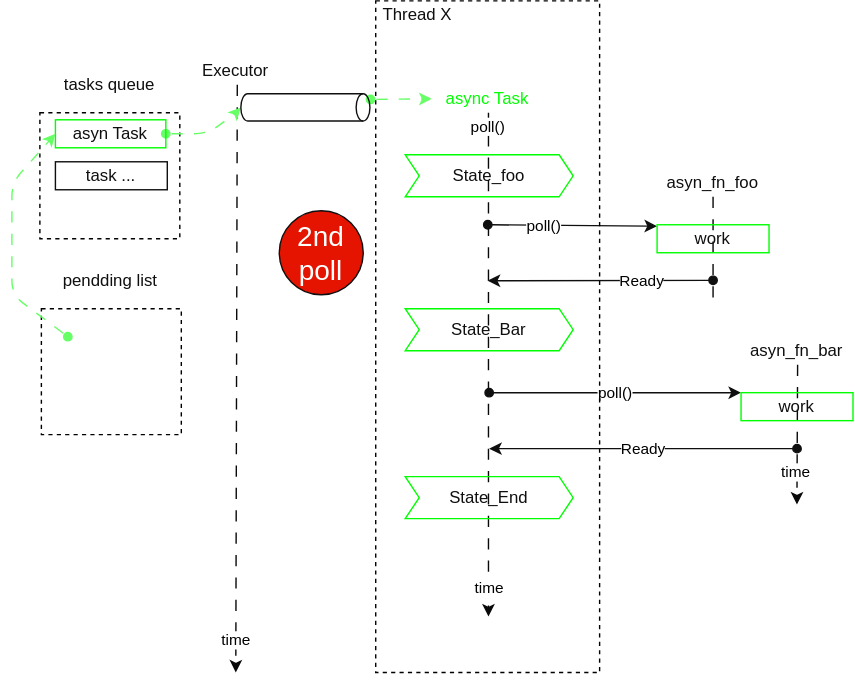
Above: docs/rust/async/images/2nd_poll.drawio.svg in htgithub194/self-study (draw.io), before the change. Source tidied: cells renumbered, new cells last; positions are measured from the earlier drawing's top-left corner, leaving out a move shared by most shapes. Source of this version:
```xml
<mxGraphModel>
  <root>
    <mxCell id="0" />
    <mxCell id="1" parent="0" />
    <mxCell id="2" value="time" style="edgeStyle=none;html=1;exitX=0.5;exitY=1;exitDx=0;exitDy=0;strokeColor=light-dark(#090909,#909090);startArrow=none;startFill=0;dashed=1;dashPattern=8 8;" parent="1" edge="1">
      <mxGeometry x="0.89" relative="1" as="geometry">
        <mxPoint x="202.1" y="60" as="sourcePoint" />
        <mxPoint x="201" y="480" as="targetPoint" />
      </mxGeometry>
    </mxCell>
    <mxCell id="3" value="time" style="edgeStyle=none;html=1;exitX=0.5;exitY=1;exitDx=0;exitDy=0;strokeColor=light-dark(#090909,#909090);startArrow=none;startFill=0;dashed=1;dashPattern=8 8;" parent="1" edge="1">
      <mxGeometry x="0.89" relative="1" as="geometry">
        <mxPoint x="381.6" y="80" as="sourcePoint" />
        <mxPoint x="381.6" y="440" as="targetPoint" />
      </mxGeometry>
    </mxCell>
    <mxCell id="4" style="edgeStyle=none;html=1;strokeColor=light-dark(#090909,#909090);startArrow=none;startFill=0;dashed=1;dashPattern=8 8;endArrow=none;endFill=0;" parent="1" edge="1">
      <mxGeometry x="0.69" relative="1" as="geometry">
        <mxPoint x="542.1" y="140" as="sourcePoint" />
        <mxPoint x="542.1" y="220" as="targetPoint" />
      </mxGeometry>
    </mxCell>
    <mxCell id="5" value="State_foo" style="shape=step;perimeter=stepPerimeter;whiteSpace=wrap;html=1;fixedSize=1;fillColor=none;strokeColor=light-dark(#00FF00,#00FF00);fontColor=light-dark(#0F0F0F,#F0F0F0);size=10;" parent="1" vertex="1">
      <mxGeometry x="322.1" y="110" width="120" height="30" as="geometry" />
    </mxCell>
    <mxCell id="6" value="poll()" style="edgeStyle=none;html=1;exitX=0;exitY=0.5;exitDx=0;exitDy=0;strokeColor=light-dark(#0F0F0F,#F0F0F0);startArrow=oval;startFill=1;" parent="1" edge="1">
      <mxGeometry x="-0.34" y="-1" relative="1" as="geometry">
        <mxPoint x="381.1" y="160" as="sourcePoint" />
        <mxPoint x="502.1" y="161" as="targetPoint" />
      </mxGeometry>
    </mxCell>
    <mxCell id="7" value="work" style="rounded=0;whiteSpace=wrap;html=1;strokeColor=light-dark(#00FF00,#00FF00);fillColor=none;align=center;fontColor=light-dark(#0F0F0F,#F0F0F0);" parent="1" vertex="1">
      <mxGeometry x="502.1" y="160" width="80" height="20" as="geometry" />
    </mxCell>
    <mxCell id="8" value="Ready" style="edgeStyle=none;html=1;strokeColor=light-dark(#0F0F0F,#F0F0F0);startArrow=oval;startFill=1;" parent="1" edge="1">
      <mxGeometry relative="1" as="geometry">
        <mxPoint x="602.1" y="320" as="sourcePoint" />
        <mxPoint x="382.1" y="320" as="targetPoint" />
      </mxGeometry>
    </mxCell>
    <mxCell id="9" style="edgeStyle=none;html=1;entryX=-0.005;entryY=0.55;entryDx=0;entryDy=0;exitX=0;exitY=0.5;exitDx=0;exitDy=0;startArrow=oval;startFill=1;dashed=1;entryPerimeter=0;flowAnimation=1;strokeColor=light-dark(#66FF66,#66FF66);dashPattern=8 8;" parent="1" edge="1">
      <mxGeometry relative="1" as="geometry">
        <mxPoint x="51.6" y="185" as="sourcePoint" />
        <Array as="points">
          <mxPoint x="0.5" y="220" />
          <mxPoint x="0.5" y="340" />
        </Array>
      </mxGeometry>
    </mxCell>
    <mxCell id="10" value="State_Bar" style="shape=step;perimeter=stepPerimeter;whiteSpace=wrap;html=1;fixedSize=1;fillColor=none;strokeColor=light-dark(#00FF00,#00FF00);fontColor=light-dark(#0F0F0F,#F0F0F0);size=10;" parent="1" vertex="1">
      <mxGeometry x="322.1" y="220" width="120" height="30" as="geometry" />
    </mxCell>
    <mxCell id="11" value="poll()" style="edgeStyle=none;html=1;exitX=0;exitY=0.5;exitDx=0;exitDy=0;strokeColor=light-dark(#0F0F0F,#F0F0F0);startArrow=oval;startFill=1;entryX=0;entryY=0;entryDx=0;entryDy=0;" parent="1" edge="1" target="14">
      <mxGeometry relative="1" as="geometry">
        <mxPoint x="382.1" y="280" as="sourcePoint" />
      </mxGeometry>
    </mxCell>
    <mxCell id="12" value="asyn_fn_bar" style="text;html=1;align=center;verticalAlign=middle;whiteSpace=wrap;rounded=0;fontColor=light-dark(#0F0F0F,#F0F0F0);" parent="1" vertex="1">
      <mxGeometry x="562.1" y="240" width="80" height="20" as="geometry" />
    </mxCell>
    <mxCell id="13" value="time" style="edgeStyle=none;html=1;strokeColor=light-dark(#090909,#909090);startArrow=none;startFill=0;dashed=1;dashPattern=8 8;" parent="1" edge="1">
      <mxGeometry x="0.56" y="-1" relative="1" as="geometry">
        <mxPoint x="602.5" y="260" as="sourcePoint" />
        <mxPoint x="602" y="360" as="targetPoint" />
      </mxGeometry>
    </mxCell>
    <mxCell id="14" value="work" style="rounded=0;whiteSpace=wrap;html=1;strokeColor=light-dark(#00FF00,#00FF00);fillColor=none;align=center;fontColor=light-dark(#0F0F0F,#F0F0F0);" parent="1" vertex="1">
      <mxGeometry x="562.1" y="280" width="80" height="20" as="geometry" />
    </mxCell>
    <mxCell id="15" value="asyn_fn_foo" style="text;html=1;align=center;verticalAlign=middle;whiteSpace=wrap;rounded=0;fontColor=light-dark(#0F0F0F,#F0F0F0);" parent="1" vertex="1">
      <mxGeometry x="482.1" y="120" width="120" height="20" as="geometry" />
    </mxCell>
    <mxCell id="16" value="async Task" style="text;html=1;align=center;verticalAlign=middle;whiteSpace=wrap;rounded=0;fontColor=light-dark(#00FF00,#00FF00);" parent="1" vertex="1">
      <mxGeometry x="341" y="60" width="80" height="20" as="geometry" />
    </mxCell>
    <mxCell id="17" value="2nd&lt;br&gt;poll" style="ellipse;whiteSpace=wrap;html=1;rounded=0;align=center;verticalAlign=middle;fontFamily=Helvetica;fontSize=20;fontColor=#ffffff;fillColor=#e51400;strokeColor=light-dark(#0F0F0F,#F0F0F0);" parent="1" vertex="1">
      <mxGeometry x="232.1" y="150" width="60" height="60" as="geometry" />
    </mxCell>
    <mxCell id="18" value="State_End" style="shape=step;perimeter=stepPerimeter;whiteSpace=wrap;html=1;fixedSize=1;fillColor=none;strokeColor=light-dark(#00FF00,#00FF00);fontColor=light-dark(#0F0F0F,#F0F0F0);size=10;" parent="1" vertex="1">
      <mxGeometry x="322.1" y="340" width="120" height="30" as="geometry" />
    </mxCell>
    <mxCell id="19" style="rounded=0;whiteSpace=wrap;html=1;strokeColor=default;fillColor=none;align=center;verticalAlign=middle;fontColor=light-dark(#0F0F0F,#F0F0F0);dashed=1;" parent="1" vertex="1">
      <mxGeometry x="61" y="80" width="100" height="90" as="geometry" />
    </mxCell>
    <mxCell id="20" value="tasks queue" style="text;html=1;align=center;verticalAlign=middle;whiteSpace=wrap;rounded=0;fontColor=light-dark(#0F0F0F,#F0F0F0);" parent="1" vertex="1">
      <mxGeometry x="71" y="50" width="80" height="20" as="geometry" />
    </mxCell>
    <mxCell id="21" value="pendding list" style="text;html=1;align=center;verticalAlign=middle;whiteSpace=wrap;rounded=0;fontColor=light-dark(#0F0F0F,#F0F0F0);" parent="1" vertex="1">
      <mxGeometry x="61" y="190" width="101" height="20" as="geometry" />
    </mxCell>
    <mxCell id="22" style="edgeStyle=none;html=1;entryX=0.5;entryY=1;entryDx=0;entryDy=0;entryPerimeter=0;exitX=1;exitY=0.5;exitDx=0;exitDy=0;startArrow=oval;startFill=1;strokeColor=light-dark(#66FF66,#66FF66);flowAnimation=1;" parent="1" edge="1" source="23" target="29">
      <mxGeometry relative="1" as="geometry">
        <Array as="points">
          <mxPoint x="181" y="95" />
          <mxPoint x="201" y="80" />
        </Array>
      </mxGeometry>
    </mxCell>
    <mxCell id="23" value="asyn Task" style="rounded=0;whiteSpace=wrap;html=1;strokeColor=light-dark(#00FF00,#00FF00);fillColor=none;align=center;fontColor=light-dark(#0F0F0F,#F0F0F0);verticalAlign=middle;" parent="1" vertex="1">
      <mxGeometry x="72.1" y="85" width="78.9" height="20" as="geometry" />
    </mxCell>
    <mxCell id="24" style="rounded=0;whiteSpace=wrap;html=1;strokeColor=default;fillColor=none;align=center;verticalAlign=middle;fontColor=light-dark(#0F0F0F,#F0F0F0);dashed=1;" parent="1" vertex="1">
      <mxGeometry x="62.1" y="220" width="100" height="90" as="geometry" />
    </mxCell>
    <mxCell id="25" value="task ..." style="rounded=0;whiteSpace=wrap;html=1;strokeColor=light-dark(#0F0F0F,#F0F0F0);fillColor=none;align=center;verticalAlign=middle;fontColor=light-dark(#0F0F0F,#F0F0F0);" parent="1" vertex="1">
      <mxGeometry x="72.1" y="115" width="80" height="20" as="geometry" />
    </mxCell>
    <mxCell id="26" value="Executor" style="text;html=1;align=center;verticalAlign=middle;whiteSpace=wrap;rounded=0;fontColor=light-dark(#0F0F0F,#F0F0F0);" parent="1" vertex="1">
      <mxGeometry x="161" y="40" width="80" height="20" as="geometry" />
    </mxCell>
    <mxCell id="27" style="edgeStyle=none;html=1;startArrow=oval;startFill=1;dashed=1;flowAnimation=1;strokeColor=light-dark(#66FF66,#66FF66);dashPattern=8 8;entryX=0;entryY=0.5;entryDx=0;entryDy=0;exitX=0.189;exitY=0.222;exitDx=0;exitDy=0;exitPerimeter=0;" parent="1" edge="1" source="24" target="23">
      <mxGeometry relative="1" as="geometry">
        <Array as="points">
          <mxPoint x="41" y="210" />
          <mxPoint x="41" y="130" />
        </Array>
      </mxGeometry>
    </mxCell>
    <mxCell id="28" value="poll()" style="edgeStyle=none;html=1;startArrow=oval;startFill=1;strokeColor=light-dark(#66FF66,#66FF66);flowAnimation=1;entryX=0;entryY=0.5;entryDx=0;entryDy=0;exitX=0.209;exitY=-0.005;exitDx=0;exitDy=0;exitPerimeter=0;" parent="1" edge="1" source="29" target="16">
      <mxGeometry x="1" y="-45" relative="1" as="geometry">
        <mxPoint x="39" y="-25" as="offset" />
      </mxGeometry>
    </mxCell>
    <mxCell id="29" style="shape=cylinder3;whiteSpace=wrap;html=1;boundedLbl=1;backgroundOutline=1;size=4.924427490234393;rotation=90;fillColor=none;strokeColor=light-dark(#0F0F0F,#F0F0F0);" parent="1" vertex="1">
      <mxGeometry x="241" y="30" width="19.5" height="92.2" as="geometry" />
    </mxCell>
    <mxCell id="30" value="Ready" style="edgeStyle=none;html=1;strokeColor=light-dark(#0F0F0F,#F0F0F0);startArrow=oval;startFill=1;" parent="1" edge="1">
      <mxGeometry x="-0.37" relative="1" as="geometry">
        <mxPoint x="542.1" y="199.7" as="sourcePoint" />
        <mxPoint x="381" y="200" as="targetPoint" />
      </mxGeometry>
    </mxCell>
    <mxCell id="31" style="group;" parent="1" vertex="1">
      <mxGeometry x="301" width="160" height="480" as="geometry" />
    </mxCell>
    <mxCell id="32" style="rounded=0;whiteSpace=wrap;html=1;strokeColor=default;fillColor=none;align=center;verticalAlign=middle;fontColor=light-dark(#0F0F0F,#F0F0F0);dashed=1;gradientColor=none;" parent="31" vertex="1">
      <mxGeometry width="160" height="480" as="geometry" />
    </mxCell>
    <mxCell id="33" value="Thread X" style="text;html=1;align=center;verticalAlign=middle;whiteSpace=wrap;rounded=0;fontColor=light-dark(#0F0F0F,#F0F0F0);" parent="31" vertex="1">
      <mxGeometry width="60" height="20" as="geometry" />
    </mxCell>
  </root>
</mxGraphModel>
```
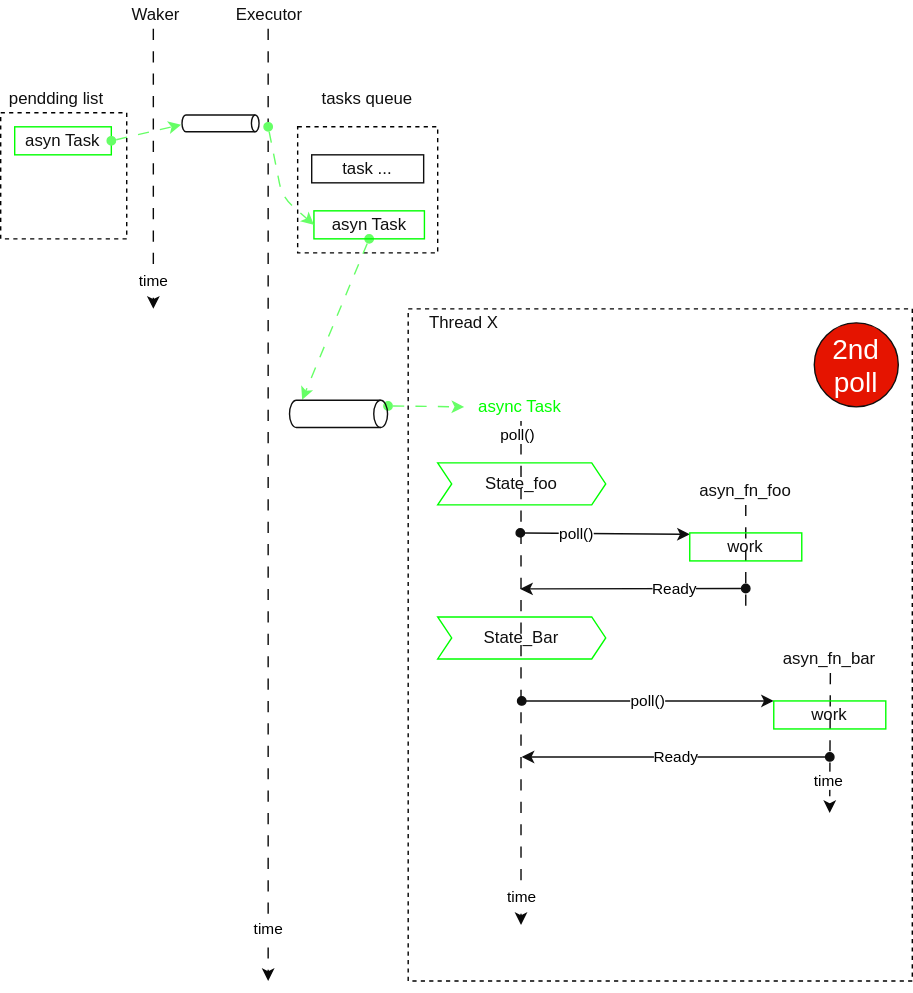
The same file after the commit.

What changed in the source:
```diff
@@ -2,9 +2,21 @@
   <root>
     <mxCell id="0" />
     <mxCell id="1" parent="0" />
+    <mxCell id="31" style="group;" parent="1" vertex="1">
+      <mxGeometry x="301" width="360" height="480" as="geometry" />
+    </mxCell>
+    <mxCell id="32" style="rounded=0;whiteSpace=wrap;html=1;strokeColor=default;fillColor=none;align=center;verticalAlign=middle;fontColor=light-dark(#0F0F0F,#F0F0F0);dashed=1;gradientColor=none;" parent="31" vertex="1">
+      <mxGeometry width="360" height="480" as="geometry" />
+    </mxCell>
+    <mxCell id="33" value="Thread X" style="text;html=1;align=center;verticalAlign=middle;whiteSpace=wrap;rounded=0;fontColor=light-dark(#0F0F0F,#F0F0F0);" parent="31" vertex="1">
+      <mxGeometry width="80" height="20" as="geometry" />
+    </mxCell>
+    <mxCell id="17" value="2nd&lt;br&gt;poll" style="ellipse;whiteSpace=wrap;html=1;rounded=0;align=center;verticalAlign=middle;fontFamily=Helvetica;fontSize=20;fontColor=#ffffff;fillColor=#e51400;strokeColor=light-dark(#0F0F0F,#F0F0F0);" parent="31" vertex="1">
+      <mxGeometry x="290" y="10" width="60" height="60" as="geometry" />
+    </mxCell>
-    <mxCell id="2" value="time" style="edgeStyle=none;html=1;exitX=0.5;exitY=1;exitDx=0;exitDy=0;strokeColor=light-dark(#090909,#909090);startArrow=none;startFill=0;dashed=1;dashPattern=8 8;" parent="1" edge="1">
+    <mxCell id="2" value="time" style="edgeStyle=none;html=1;strokeColor=light-dark(#090909,#909090);startArrow=none;startFill=0;dashed=1;dashPattern=8 8;" parent="1" edge="1">
       <mxGeometry x="0.89" relative="1" as="geometry">
-        <mxPoint x="202.1" y="60" as="sourcePoint" />
+        <mxPoint x="201" y="-200" as="sourcePoint" />
         <mxPoint x="201" y="480" as="targetPoint" />
       </mxGeometry>
     </mxCell>
@@ -73,56 +85,31 @@
     <mxCell id="16" value="async Task" style="text;html=1;align=center;verticalAlign=middle;whiteSpace=wrap;rounded=0;fontColor=light-dark(#00FF00,#00FF00);" parent="1" vertex="1">
       <mxGeometry x="341" y="60" width="80" height="20" as="geometry" />
     </mxCell>
-    <mxCell id="17" value="2nd&lt;br&gt;poll" style="ellipse;whiteSpace=wrap;html=1;rounded=0;align=center;verticalAlign=middle;fontFamily=Helvetica;fontSize=20;fontColor=#ffffff;fillColor=#e51400;strokeColor=light-dark(#0F0F0F,#F0F0F0);" parent="1" vertex="1">
-      <mxGeometry x="232.1" y="150" width="60" height="60" as="geometry" />
-    </mxCell>
-    <mxCell id="18" value="State_End" style="shape=step;perimeter=stepPerimeter;whiteSpace=wrap;html=1;fixedSize=1;fillColor=none;strokeColor=light-dark(#00FF00,#00FF00);fontColor=light-dark(#0F0F0F,#F0F0F0);size=10;" parent="1" vertex="1">
-      <mxGeometry x="322.1" y="340" width="120" height="30" as="geometry" />
-    </mxCell>
     <mxCell id="19" style="rounded=0;whiteSpace=wrap;html=1;strokeColor=default;fillColor=none;align=center;verticalAlign=middle;fontColor=light-dark(#0F0F0F,#F0F0F0);dashed=1;" parent="1" vertex="1">
-      <mxGeometry x="61" y="80" width="100" height="90" as="geometry" />
+      <mxGeometry x="222.1" y="-130" width="100" height="90" as="geometry" />
     </mxCell>
     <mxCell id="20" value="tasks queue" style="text;html=1;align=center;verticalAlign=middle;whiteSpace=wrap;rounded=0;fontColor=light-dark(#0F0F0F,#F0F0F0);" parent="1" vertex="1">
-      <mxGeometry x="71" y="50" width="80" height="20" as="geometry" />
+      <mxGeometry x="232.1" y="-160" width="80" height="20" as="geometry" />
     </mxCell>
-    <mxCell id="21" value="pendding list" style="text;html=1;align=center;verticalAlign=middle;whiteSpace=wrap;rounded=0;fontColor=light-dark(#0F0F0F,#F0F0F0);" parent="1" vertex="1">
-      <mxGeometry x="61" y="190" width="101" height="20" as="geometry" />
-    </mxCell>
-    <mxCell id="22" style="edgeStyle=none;html=1;entryX=0.5;entryY=1;entryDx=0;entryDy=0;entryPerimeter=0;exitX=1;exitY=0.5;exitDx=0;exitDy=0;startArrow=oval;startFill=1;strokeColor=light-dark(#66FF66,#66FF66);flowAnimation=1;" parent="1" edge="1" source="23" target="29">
-      <mxGeometry relative="1" as="geometry">
-        <Array as="points">
-          <mxPoint x="181" y="95" />
-          <mxPoint x="201" y="80" />
-        </Array>
-      </mxGeometry>
+    <mxCell id="22" style="edgeStyle=none;html=1;entryX=-0.018;entryY=0.871;entryDx=0;entryDy=0;entryPerimeter=0;exitX=0.5;exitY=1;exitDx=0;exitDy=0;startArrow=oval;startFill=1;strokeColor=light-dark(#66FF66,#66FF66);flowAnimation=1;" parent="1" edge="1" source="23" target="29">
+      <mxGeometry relative="1" as="geometry" />
     </mxCell>
     <mxCell id="23" value="asyn Task" style="rounded=0;whiteSpace=wrap;html=1;strokeColor=light-dark(#00FF00,#00FF00);fillColor=none;align=center;fontColor=light-dark(#0F0F0F,#F0F0F0);verticalAlign=middle;" parent="1" vertex="1">
-      <mxGeometry x="72.1" y="85" width="78.9" height="20" as="geometry" />
+      <mxGeometry x="233.7" y="-70" width="78.9" height="20" as="geometry" />
     </mxCell>
-    <mxCell id="24" style="rounded=0;whiteSpace=wrap;html=1;strokeColor=default;fillColor=none;align=center;verticalAlign=middle;fontColor=light-dark(#0F0F0F,#F0F0F0);dashed=1;" parent="1" vertex="1">
-      <mxGeometry x="62.1" y="220" width="100" height="90" as="geometry" />
-    </mxCell>
     <mxCell id="25" value="task ..." style="rounded=0;whiteSpace=wrap;html=1;strokeColor=light-dark(#0F0F0F,#F0F0F0);fillColor=none;align=center;verticalAlign=middle;fontColor=light-dark(#0F0F0F,#F0F0F0);" parent="1" vertex="1">
-      <mxGeometry x="72.1" y="115" width="80" height="20" as="geometry" />
+      <mxGeometry x="232.1" y="-110" width="80" height="20" as="geometry" />
     </mxCell>
     <mxCell id="26" value="Executor" style="text;html=1;align=center;verticalAlign=middle;whiteSpace=wrap;rounded=0;fontColor=light-dark(#0F0F0F,#F0F0F0);" parent="1" vertex="1">
-      <mxGeometry x="161" y="40" width="80" height="20" as="geometry" />
+      <mxGeometry x="161.5" y="-220" width="80" height="20" as="geometry" />
     </mxCell>
-    <mxCell id="27" style="edgeStyle=none;html=1;startArrow=oval;startFill=1;dashed=1;flowAnimation=1;strokeColor=light-dark(#66FF66,#66FF66);dashPattern=8 8;entryX=0;entryY=0.5;entryDx=0;entryDy=0;exitX=0.189;exitY=0.222;exitDx=0;exitDy=0;exitPerimeter=0;" parent="1" edge="1" source="24" target="23">
-      <mxGeometry relative="1" as="geometry">
-        <Array as="points">
-          <mxPoint x="41" y="210" />
-          <mxPoint x="41" y="130" />
-        </Array>
-      </mxGeometry>
-    </mxCell>
     <mxCell id="28" value="poll()" style="edgeStyle=none;html=1;startArrow=oval;startFill=1;strokeColor=light-dark(#66FF66,#66FF66);flowAnimation=1;entryX=0;entryY=0.5;entryDx=0;entryDy=0;exitX=0.209;exitY=-0.005;exitDx=0;exitDy=0;exitPerimeter=0;" parent="1" edge="1" source="29" target="16">
       <mxGeometry x="1" y="-45" relative="1" as="geometry">
         <mxPoint x="39" y="-25" as="offset" />
       </mxGeometry>
     </mxCell>
     <mxCell id="29" style="shape=cylinder3;whiteSpace=wrap;html=1;boundedLbl=1;backgroundOutline=1;size=4.924427490234393;rotation=90;fillColor=none;strokeColor=light-dark(#0F0F0F,#F0F0F0);" parent="1" vertex="1">
-      <mxGeometry x="241" y="30" width="19.5" height="92.2" as="geometry" />
+      <mxGeometry x="241.5" y="40" width="19.5" height="70" as="geometry" />
     </mxCell>
     <mxCell id="30" value="Ready" style="edgeStyle=none;html=1;strokeColor=light-dark(#0F0F0F,#F0F0F0);startArrow=oval;startFill=1;" parent="1" edge="1">
       <mxGeometry x="-0.37" relative="1" as="geometry">
@@ -130,14 +117,37 @@
         <mxPoint x="381" y="200" as="targetPoint" />
       </mxGeometry>
     </mxCell>
-    <mxCell id="31" style="group;" parent="1" vertex="1">
-      <mxGeometry x="301" width="160" height="480" as="geometry" />
-    </mxCell>
-    <mxCell id="32" style="rounded=0;whiteSpace=wrap;html=1;strokeColor=default;fillColor=none;align=center;verticalAlign=middle;fontColor=light-dark(#0F0F0F,#F0F0F0);dashed=1;gradientColor=none;" parent="31" vertex="1">
-      <mxGeometry width="160" height="480" as="geometry" />
-    </mxCell>
-    <mxCell id="33" value="Thread X" style="text;html=1;align=center;verticalAlign=middle;whiteSpace=wrap;rounded=0;fontColor=light-dark(#0F0F0F,#F0F0F0);" parent="31" vertex="1">
-      <mxGeometry width="60" height="20" as="geometry" />
-    </mxCell>
+    <mxCell id="34" style="rounded=0;whiteSpace=wrap;html=1;strokeColor=default;fillColor=none;align=center;verticalAlign=middle;fontColor=light-dark(#0F0F0F,#F0F0F0);dashed=1;" parent="1" vertex="1">
+      <mxGeometry x="10" y="-140" width="90" height="90" as="geometry" />
+    </mxCell>
+    <mxCell id="35" value="time" style="edgeStyle=none;html=1;strokeColor=light-dark(#090909,#909090);startArrow=none;startFill=0;dashed=1;dashPattern=8 8;" parent="1" edge="1">
+      <mxGeometry x="0.8" relative="1" as="geometry">
+        <mxPoint x="119" y="-200" as="sourcePoint" />
+        <mxPoint x="119" as="targetPoint" />
+      </mxGeometry>
+    </mxCell>
+    <mxCell id="36" value="Waker" style="text;html=1;align=center;verticalAlign=middle;whiteSpace=wrap;rounded=0;fontColor=light-dark(#0F0F0F,#F0F0F0);" parent="1" vertex="1">
+      <mxGeometry x="100" y="-220" width="42.1" height="20" as="geometry" />
+    </mxCell>
+    <mxCell id="37" value="asyn Task" style="rounded=0;whiteSpace=wrap;html=1;strokeColor=light-dark(#00FF00,#00FF00);fillColor=none;align=center;fontColor=light-dark(#0F0F0F,#F0F0F0);verticalAlign=middle;" parent="1" vertex="1">
+      <mxGeometry x="20" y="-130" width="69" height="20" as="geometry" />
+    </mxCell>
+    <mxCell id="38" style="edgeStyle=none;html=1;exitX=1;exitY=0.5;exitDx=0;exitDy=0;strokeColor=light-dark(#66FF66,#66FF66);flowAnimation=1;startArrow=oval;startFill=1;entryX=0.585;entryY=1.013;entryDx=0;entryDy=0;entryPerimeter=0;" parent="1" edge="1" source="37" target="39">
+      <mxGeometry relative="1" as="geometry" />
+    </mxCell>
+    <mxCell id="39" style="shape=cylinder3;whiteSpace=wrap;html=1;boundedLbl=1;backgroundOutline=1;size=2.7187234042553428;rotation=90;fillColor=none;strokeColor=light-dark(#0F0F0F,#F0F0F0);" parent="1" vertex="1">
+      <mxGeometry x="161" y="-160" width="12" height="55" as="geometry" />
+    </mxCell>
+    <mxCell id="21" value="pendding list" style="text;html=1;align=center;verticalAlign=middle;whiteSpace=wrap;rounded=0;fontColor=light-dark(#0F0F0F,#F0F0F0);" parent="1" vertex="1">
+      <mxGeometry x="9.9" y="-160" width="80" height="20" as="geometry" />
+    </mxCell>
+    <mxCell id="40" style="edgeStyle=none;html=1;exitX=1;exitY=0.5;exitDx=0;exitDy=0;strokeColor=light-dark(#66FF66,#66FF66);flowAnimation=1;startArrow=oval;startFill=1;entryX=0;entryY=0.5;entryDx=0;entryDy=0;" parent="1" edge="1" target="23">
+      <mxGeometry relative="1" as="geometry">
+        <mxPoint x="201" y="-130" as="sourcePoint" />
+        <Array as="points">
+          <mxPoint x="211" y="-80" />
+        </Array>
+      </mxGeometry>
+    </mxCell>
   </root>
 </mxGraphModel>
```
